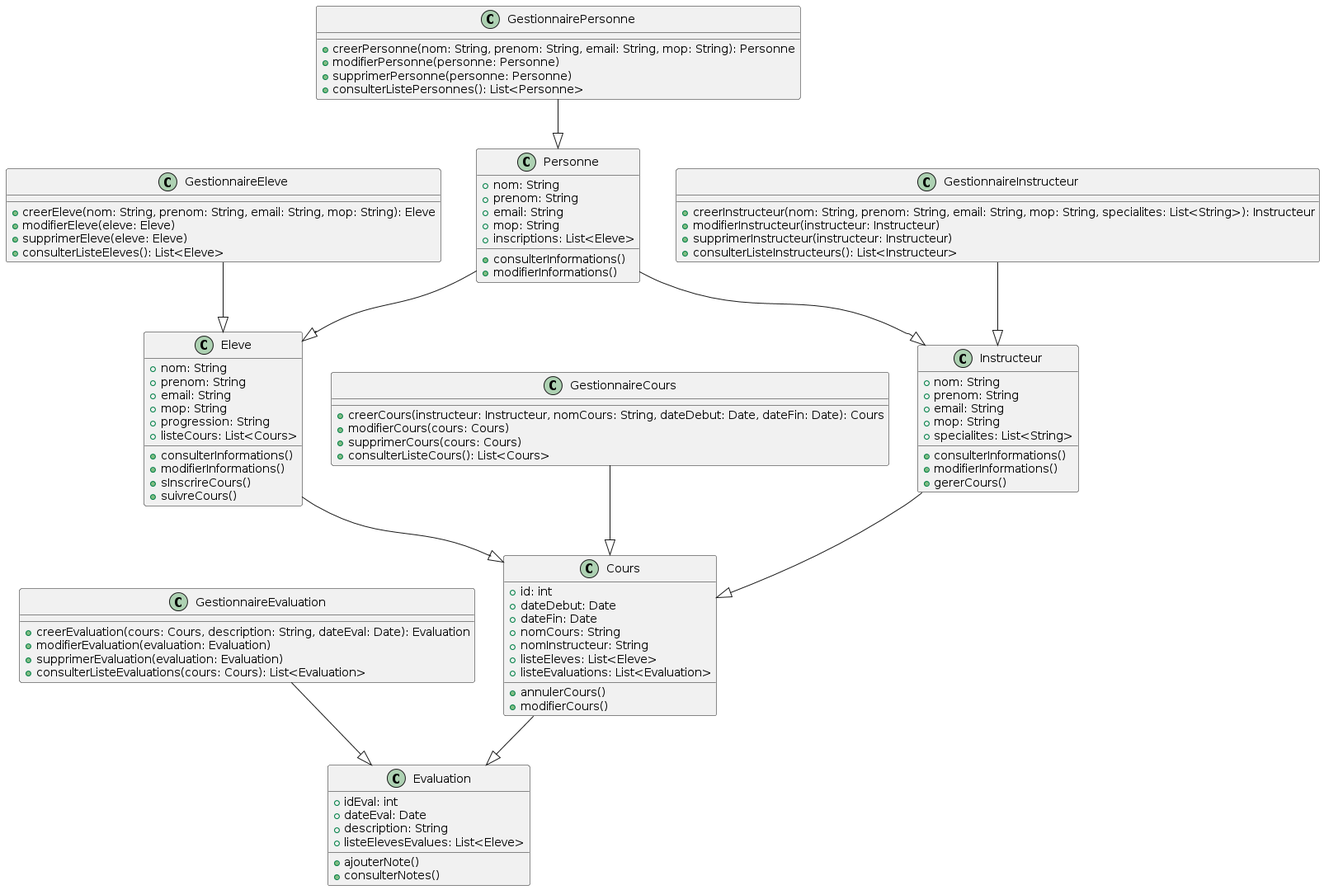
This is Rendu 2/Diagramme de classe/diagramme_classe.png from jerbi2026/Auto_ecole, a PlantUML export, as it was before one commit.
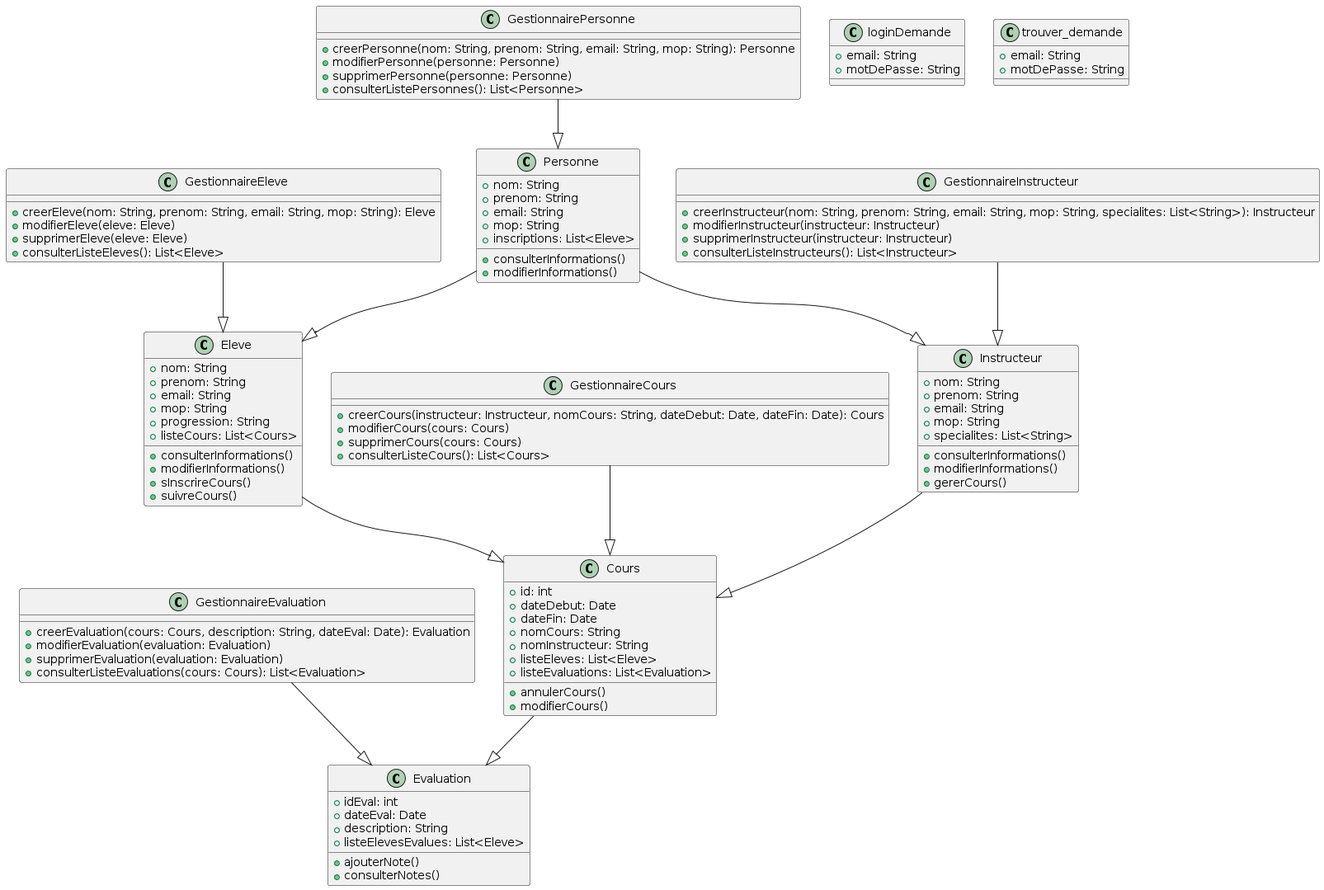
After the change.

Commit message:
diagramme de sequence

The edit, as a diff of the source:
```diff
@@ -94,15 +94,24 @@
     + consulterListeEvaluations(cours: Cours): List<Evaluation>
 }
 
+class loginDemande{
+    + email: String
+    + motDePasse: String
+}
+
+class trouver_demande{
+    + email: String
+    + motDePasse: String
+}
+
+
+
+
 Personne --|> Eleve
 Personne --|> Instructeur
-
 Instructeur --|> Cours
-
 Eleve --|> Cours
-
 Cours --|> Evaluation
-
 GestionnairePersonne --|> Personne
 GestionnaireInstructeur --|> Instructeur
 GestionnaireEleve --|> Eleve
```
